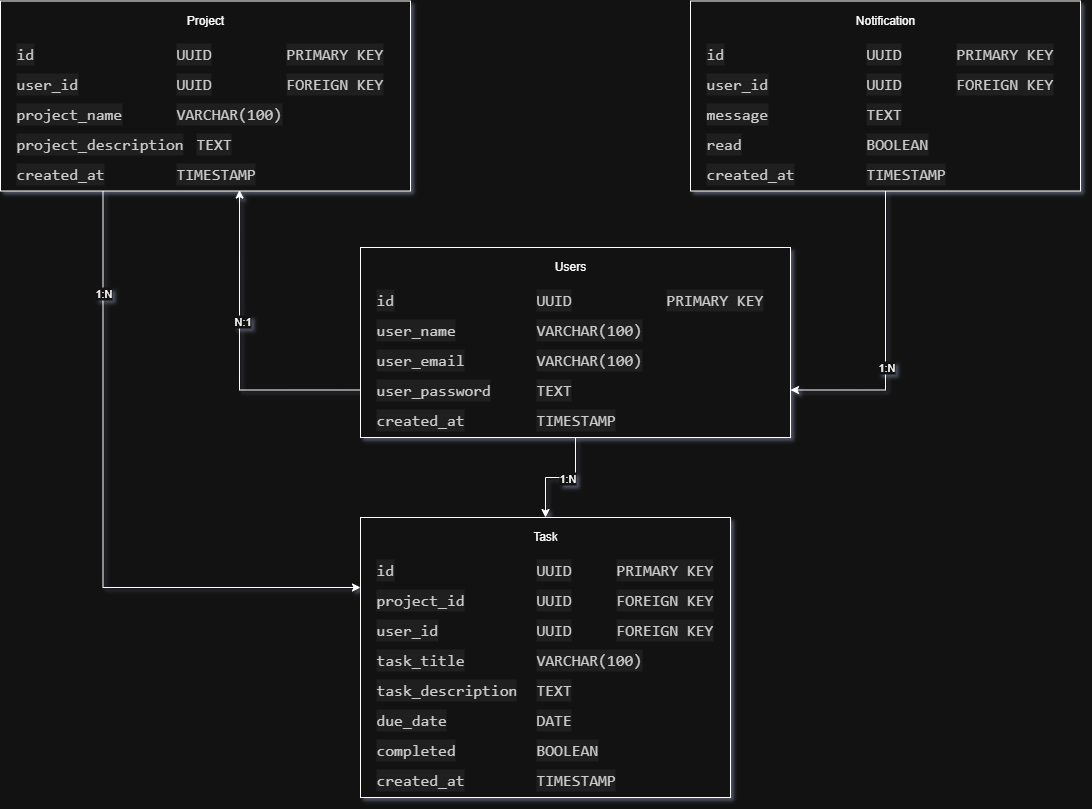
EndToEndLabCR/todoapp-api-python keeps this draw.io diagram as schema-database/Image/TodoApp.png. Above is the earlier version. Source tidied: cells renumbered, new cells last; positions are measured from the earlier drawing's top-left corner, leaving out a move shared by most shapes.
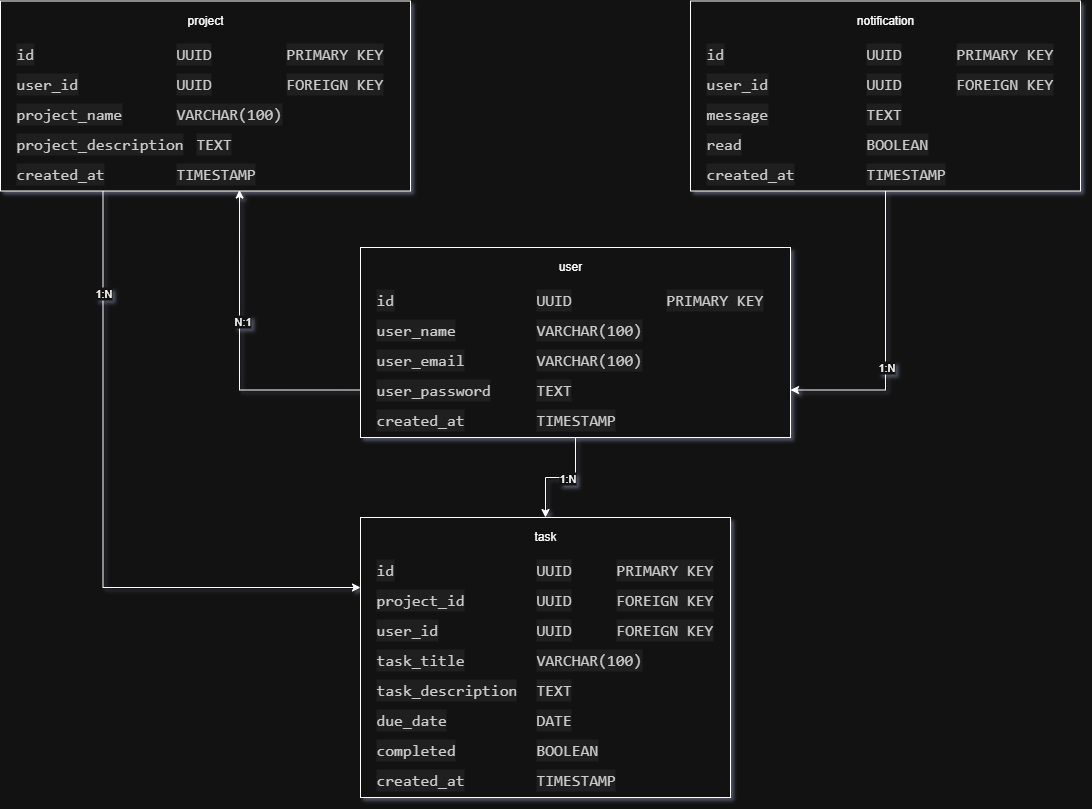
After the commit.

The edit, as a diff of the source:
```diff
@@ -11,7 +11,7 @@
     <mxCell id="4" style="rounded=0;whiteSpace=wrap;html=1;labelBackgroundColor=default;labelBorderColor=default;textShadow=1;" parent="1" vertex="1">
       <mxGeometry x="360" y="516" width="370" height="280" as="geometry" />
     </mxCell>
-    <mxCell id="5" value="Task" style="text;strokeColor=none;fillColor=none;spacingLeft=4;spacingRight=4;overflow=hidden;fontSize=12;whiteSpace=wrap;html=1;align=center;" parent="1" vertex="1">
+    <mxCell id="5" value="task" style="text;strokeColor=none;fillColor=none;spacingLeft=4;spacingRight=4;overflow=hidden;fontSize=12;whiteSpace=wrap;html=1;align=center;" parent="1" vertex="1">
       <mxGeometry x="450" y="521" width="190" height="30" as="geometry" />
     </mxCell>
     <mxCell id="6" value="&lt;div style=&quot;color: rgb(204, 204, 204); background-color: rgb(31, 31, 31); font-family: Consolas, &amp;quot;Courier New&amp;quot;, monospace; font-size: 16px; line-height: 22px; white-space: pre;&quot;&gt;id&lt;/div&gt;" style="text;strokeColor=none;fillColor=none;spacingLeft=4;spacingRight=4;overflow=hidden;fontSize=12;whiteSpace=wrap;html=1;" parent="1" vertex="1">
@@ -73,7 +73,7 @@
     <mxCell id="24" style="rounded=0;whiteSpace=wrap;html=1;labelBackgroundColor=default;labelBorderColor=default;textShadow=1;" parent="1" vertex="1">
       <mxGeometry y="-0.5" width="410" height="190" as="geometry" />
     </mxCell>
-    <mxCell id="25" value="Project" style="text;strokeColor=none;fillColor=none;spacingLeft=4;spacingRight=4;overflow=hidden;fontSize=12;whiteSpace=wrap;html=1;align=center;" parent="1" vertex="1">
+    <mxCell id="25" value="project" style="text;strokeColor=none;fillColor=none;spacingLeft=4;spacingRight=4;overflow=hidden;fontSize=12;whiteSpace=wrap;html=1;align=center;" parent="1" vertex="1">
       <mxGeometry x="110" y="4.5" width="190" height="30" as="geometry" />
     </mxCell>
     <mxCell id="26" value="&lt;div style=&quot;color: rgb(204, 204, 204); background-color: rgb(31, 31, 31); font-family: Consolas, &amp;quot;Courier New&amp;quot;, monospace; font-size: 16px; line-height: 22px; white-space: pre;&quot;&gt;id&lt;/div&gt;" style="text;strokeColor=none;fillColor=none;spacingLeft=4;spacingRight=4;overflow=hidden;fontSize=12;whiteSpace=wrap;html=1;" parent="1" vertex="1">
@@ -117,7 +117,7 @@
     <mxCell id="38" style="rounded=0;whiteSpace=wrap;html=1;labelBackgroundColor=default;labelBorderColor=default;textShadow=1;" parent="1" vertex="1">
       <mxGeometry x="690" y="-0.5" width="390" height="190" as="geometry" />
     </mxCell>
-    <mxCell id="39" value="Notification" style="text;strokeColor=none;fillColor=none;spacingLeft=4;spacingRight=4;overflow=hidden;fontSize=12;whiteSpace=wrap;html=1;align=center;" parent="1" vertex="1">
+    <mxCell id="39" value="notification" style="text;strokeColor=none;fillColor=none;spacingLeft=4;spacingRight=4;overflow=hidden;fontSize=12;whiteSpace=wrap;html=1;align=center;" parent="1" vertex="1">
       <mxGeometry x="790" y="4.5" width="190" height="30" as="geometry" />
     </mxCell>
     <mxCell id="40" value="&lt;div style=&quot;color: rgb(204, 204, 204); background-color: rgb(31, 31, 31); font-family: Consolas, &amp;quot;Courier New&amp;quot;, monospace; font-size: 16px; line-height: 22px; white-space: pre;&quot;&gt;id&lt;/div&gt;" style="text;strokeColor=none;fillColor=none;spacingLeft=4;spacingRight=4;overflow=hidden;fontSize=12;whiteSpace=wrap;html=1;" parent="1" vertex="1">
@@ -159,7 +159,7 @@
     <mxCell id="52" style="rounded=0;whiteSpace=wrap;html=1;labelBackgroundColor=default;labelBorderColor=default;" parent="1" vertex="1">
       <mxGeometry x="360" y="246" width="430" height="190" as="geometry" />
     </mxCell>
-    <mxCell id="53" value="Users" style="text;strokeColor=none;fillColor=none;spacingLeft=4;spacingRight=4;overflow=hidden;fontSize=12;whiteSpace=wrap;html=1;align=center;" parent="1" vertex="1">
+    <mxCell id="53" value="user" style="text;strokeColor=none;fillColor=none;spacingLeft=4;spacingRight=4;overflow=hidden;fontSize=12;whiteSpace=wrap;html=1;align=center;" parent="1" vertex="1">
       <mxGeometry x="475" y="251" width="190" height="30" as="geometry" />
     </mxCell>
     <mxCell id="54" value="&lt;div style=&quot;color: rgb(204, 204, 204); background-color: rgb(31, 31, 31); font-family: Consolas, &amp;quot;Courier New&amp;quot;, monospace; font-size: 16px; line-height: 22px; white-space: pre;&quot;&gt;id&lt;/div&gt;" style="text;strokeColor=none;fillColor=none;spacingLeft=4;spacingRight=4;overflow=hidden;fontSize=12;whiteSpace=wrap;html=1;" parent="1" vertex="1">
```
